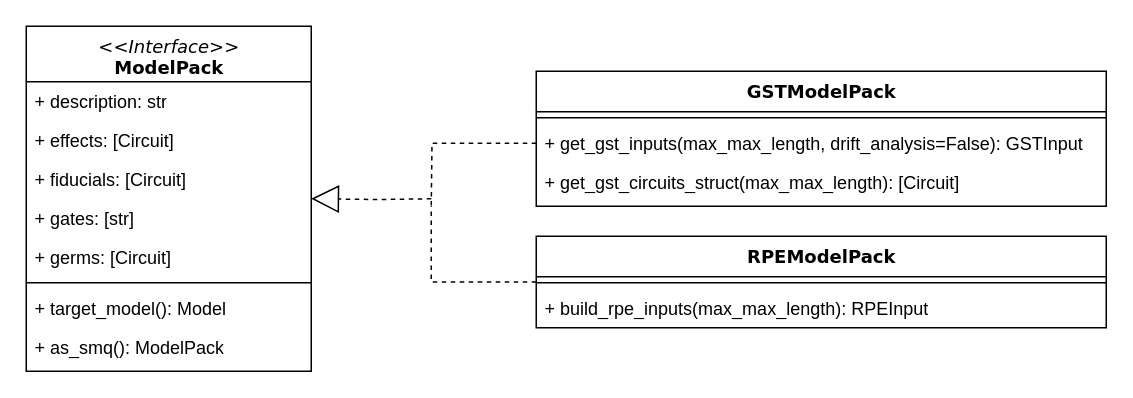
The draw.io diagram StdModules.drawio in robpkelly/pygsti-dev-doc, before the edit. Source tidied: cells renumbered, new cells numbered last; positions are measured from the earlier drawing's top-left corner, leaving out a move shared by most shapes. Both pictures are drawn from the tidied source at 150%, with x=0, y=0 at pixel (26, 26).
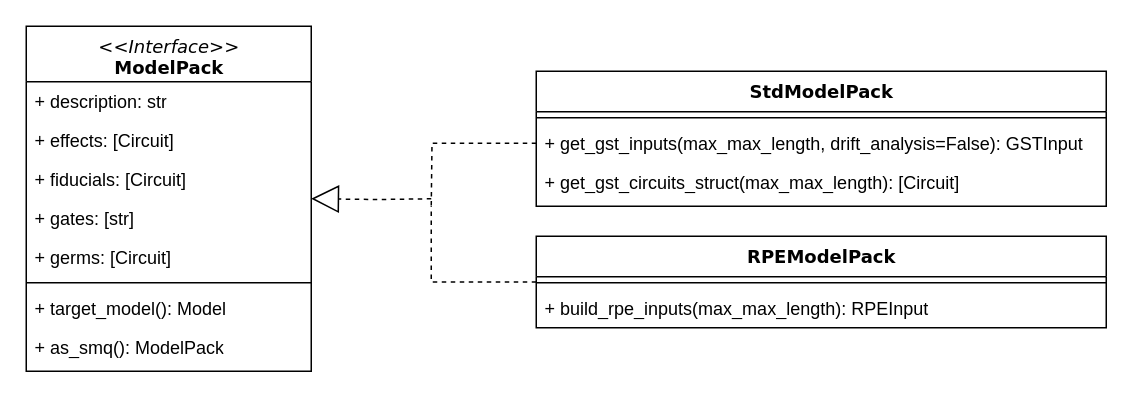
Above is the later version.

Commit message:
s/GSTModelPack/StdModelPack/g

Diff of the diagram source:
```diff
@@
-    <mxCell id="11" value="GSTModelPack" style="swimlane;html=1;fontStyle=1;align=center;verticalAlign=top;horizontal=1;startSize=27;swimlaneFillColor=#ffffff;rounded=0;shadow=0;comic=0;labelBackgroundColor=none;strokeWidth=1;fillColor=none;fontFamily=Verdana;fontSize=12;" parent="1" vertex="1">
+    <mxCell id="11" value="StdModelPack" style="swimlane;html=1;fontStyle=1;align=center;verticalAlign=top;horizontal=1;startSize=27;swimlaneFillColor=#ffffff;rounded=0;shadow=0;comic=0;labelBackgroundColor=none;strokeWidth=1;fillColor=none;fontFamily=Verdana;fontSize=12;" parent="1" vertex="1">
       <mxGeometry x="340" y="30" width="380" height="90" as="geometry" />
     </mxCell>
```
